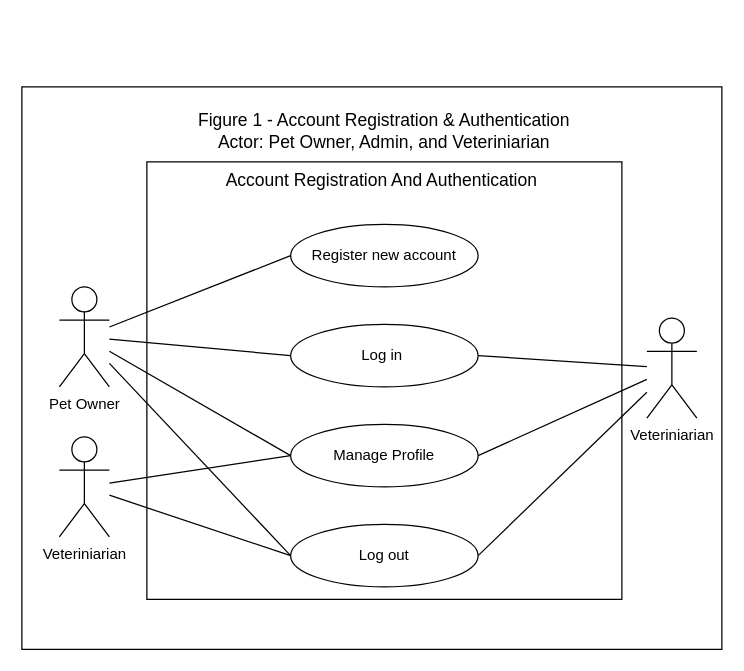
Before: page "figure 1" (1 of 10) of USE-CASE_Diagram_Franco.drawio in Chels013/Breedr-Diagrams, a draw.io diagram. Source tidied: cells renumbered, new cells numbered last; positions are measured from the earlier drawing's top-left corner, leaving out a move shared by most shapes. Both pictures are drawn from the tidied source at 125%, with x=0, y=0 at pixel (21, 21).
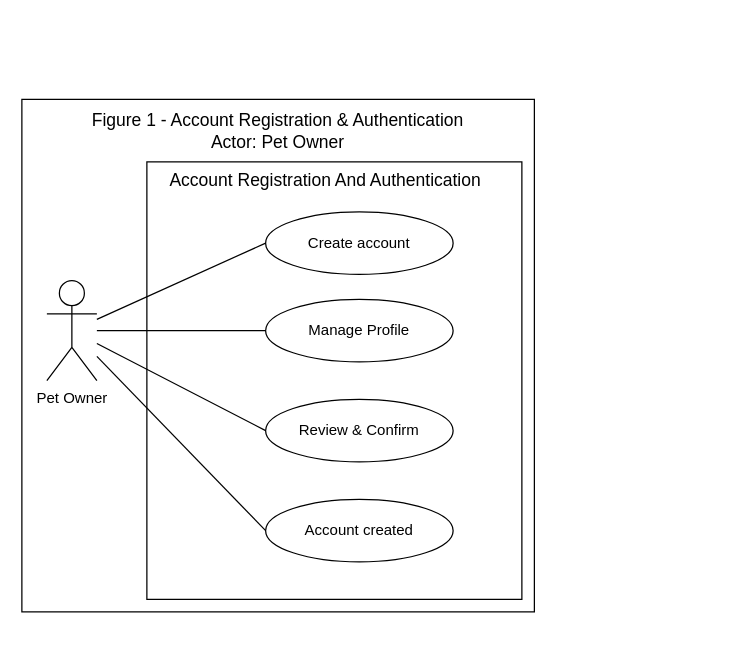
After the change.

Commit message (it also covers changes not shown here):
i revised the figure One

What changed in the source:
```diff
@@
     <mxCell id="2" value="&lt;div&gt;&lt;div&gt;&lt;/div&gt;&lt;/div&gt;" style="rounded=0;whiteSpace=wrap;html=1;" parent="1" vertex="1">
-      <mxGeometry y="52" width="560" height="450" as="geometry" />
+      <mxGeometry y="62" width="410" height="410" as="geometry" />
     </mxCell>
@@
     <mxCell id="4" value="Pet Owner" style="shape=umlActor;verticalLabelPosition=bottom;verticalAlign=top;html=1;outlineConnect=0;" parent="1" vertex="1">
-      <mxGeometry x="30" y="212" width="40" height="80" as="geometry" />
+      <mxGeometry x="20" y="207" width="40" height="80" as="geometry" />
     </mxCell>
-    <mxCell id="5" value="&lt;font style=&quot;color: rgb(0, 0, 0);&quot;&gt;&lt;font&gt;Figure 1 - Account Registration &amp;amp; Authentication&lt;/font&gt;&lt;br&gt;Actor: Pet Owner, Admin, and Veteriniarian&lt;/font&gt;" style="text;html=1;align=center;verticalAlign=middle;whiteSpace=wrap;rounded=0;fontFamily=Helvetica;fontSize=14;fontColor=default;" parent="1" vertex="1">
-      <mxGeometry x="110" y="72" width="360" height="30" as="geometry" />
+    <mxCell id="5" value="&lt;font style=&quot;color: rgb(0, 0, 0);&quot;&gt;&lt;font&gt;Figure 1 - Account Registration &amp;amp; Authentication&lt;/font&gt;&lt;br&gt;Actor: Pet Owner&lt;/font&gt;" style="text;html=1;align=center;verticalAlign=middle;whiteSpace=wrap;rounded=0;fontFamily=Helvetica;fontSize=14;fontColor=default;" parent="1" vertex="1">
+      <mxGeometry x="25" y="72" width="360" height="30" as="geometry" />
     </mxCell>
     <mxCell id="6" style="rounded=0;whiteSpace=wrap;html=1;align=center;verticalAlign=middle;fontFamily=Helvetica;fontSize=12;fontColor=default;fillColor=none;gradientColor=none;" parent="1" vertex="1">
-      <mxGeometry x="100" y="112" width="380" height="350" as="geometry" />
+      <mxGeometry x="100" y="112" width="300" height="350" as="geometry" />
     </mxCell>
     <mxCell id="7" value="Account Registration And Authentication&amp;nbsp;" style="text;html=1;align=center;verticalAlign=middle;whiteSpace=wrap;rounded=0;fontFamily=Helvetica;fontSize=14;fontColor=default;" parent="1" vertex="1">
-      <mxGeometry x="145" y="112" width="290" height="30" as="geometry" />
+      <mxGeometry x="100" y="112" width="290" height="30" as="geometry" />
     </mxCell>
-    <mxCell id="8" value="&lt;span style=&quot;color: rgb(0, 0, 0);&quot;&gt;Register new account&lt;/span&gt;" style="ellipse;whiteSpace=wrap;html=1;rounded=0;align=center;verticalAlign=middle;fontFamily=Helvetica;fontSize=12;fontColor=default;fillColor=none;gradientColor=none;" parent="1" vertex="1">
-      <mxGeometry x="215" y="162" width="150" height="50" as="geometry" />
+    <mxCell id="8" value="Create account" style="ellipse;whiteSpace=wrap;html=1;rounded=0;align=center;verticalAlign=middle;fontFamily=Helvetica;fontSize=12;fontColor=default;fillColor=#FFFFFF;gradientColor=none;" parent="1" vertex="1">
+      <mxGeometry x="195" y="152" width="150" height="50" as="geometry" />
     </mxCell>
-    <mxCell id="9" value="Log in&amp;nbsp;" style="ellipse;whiteSpace=wrap;html=1;rounded=0;align=center;verticalAlign=middle;fontFamily=Helvetica;fontSize=12;fontColor=default;fillColor=none;gradientColor=none;" parent="1" vertex="1">
-      <mxGeometry x="215" y="242" width="150" height="50" as="geometry" />
-    </mxCell>
-    <mxCell id="10" value="Manage Profile" style="ellipse;whiteSpace=wrap;html=1;rounded=0;align=center;verticalAlign=middle;fontFamily=Helvetica;fontSize=12;fontColor=default;fillColor=none;gradientColor=none;" parent="1" vertex="1">
-      <mxGeometry x="215" y="322" width="150" height="50" as="geometry" />
+    <mxCell id="10" value="Manage Profile" style="ellipse;whiteSpace=wrap;html=1;rounded=0;align=center;verticalAlign=middle;fontFamily=Helvetica;fontSize=12;fontColor=default;fillColor=#FFFFFF;gradientColor=none;" parent="1" vertex="1">
+      <mxGeometry x="195" y="222" width="150" height="50" as="geometry" />
     </mxCell>
-    <mxCell id="11" value="Log out" style="ellipse;whiteSpace=wrap;html=1;rounded=0;align=center;verticalAlign=middle;fontFamily=Helvetica;fontSize=12;fontColor=default;fillColor=none;gradientColor=none;" parent="1" vertex="1">
-      <mxGeometry x="215" y="402" width="150" height="50" as="geometry" />
-    </mxCell>
-    <mxCell id="12" style="endArrow=none;html=1;fontFamily=Helvetica;fontSize=12;fontColor=default;entryX=0;entryY=0.5;entryDx=0;entryDy=0;" parent="1" edge="1" source="4" target="8">
+    <mxCell id="12" style="endArrow=none;html=1;entryX=0;entryY=0.5;entryDx=0;entryDy=0;" parent="1" edge="1" source="4" target="8">
       <mxGeometry relative="1" as="geometry" />
     </mxCell>
-    <mxCell id="13" style="endArrow=none;html=1;fontFamily=Helvetica;fontSize=12;fontColor=default;entryX=0;entryY=0.5;entryDx=0;entryDy=0;" parent="1" edge="1" source="4" target="9">
-      <mxGeometry relative="1" as="geometry" />
-    </mxCell>
-    <mxCell id="14" style="endArrow=none;html=1;fontFamily=Helvetica;fontSize=12;fontColor=default;entryX=0;entryY=0.5;entryDx=0;entryDy=0;" parent="1" edge="1" source="4" target="10">
+    <mxCell id="14" style="endArrow=none;html=1;entryX=0;entryY=0.5;entryDx=0;entryDy=0;" parent="1" edge="1" source="4" target="10">
       <mxGeometry relative="1" as="geometry" />
     </mxCell>
-    <mxCell id="15" style="endArrow=none;html=1;fontFamily=Helvetica;fontSize=12;fontColor=default;entryX=0;entryY=0.5;entryDx=0;entryDy=0;" parent="1" edge="1" source="16" target="11">
-      <mxGeometry relative="1" as="geometry" />
-    </mxCell>
-    <mxCell id="16" value="Veteriniarian" style="shape=umlActor;verticalLabelPosition=bottom;verticalAlign=top;html=1;outlineConnect=0;" parent="1" vertex="1">
-      <mxGeometry x="30" y="332" width="40" height="80" as="geometry" />
-    </mxCell>
-    <mxCell id="17" style="endArrow=none;html=1;fontFamily=Helvetica;fontSize=12;fontColor=default;entryX=0;entryY=0.5;entryDx=0;entryDy=0;" parent="1" edge="1" source="16" target="10">
-      <mxGeometry relative="1" as="geometry" />
-    </mxCell>
-    <mxCell id="18" style="endArrow=none;html=1;fontFamily=Helvetica;fontSize=12;fontColor=default;entryX=0;entryY=0.5;entryDx=0;entryDy=0;" parent="1" edge="1" source="4" target="11">
-      <mxGeometry relative="1" as="geometry" />
-    </mxCell>
-    <mxCell id="19" value="Veteriniarian" style="shape=umlActor;verticalLabelPosition=bottom;verticalAlign=top;html=1;outlineConnect=0;" parent="1" vertex="1">
-      <mxGeometry x="500" y="237" width="40" height="80" as="geometry" />
-    </mxCell>
-    <mxCell id="20" style="endArrow=none;html=1;fontFamily=Helvetica;fontSize=12;fontColor=default;exitX=1;exitY=0.5;exitDx=0;exitDy=0;" parent="1" edge="1" source="9" target="19">
-      <mxGeometry relative="1" as="geometry" />
-    </mxCell>
-    <mxCell id="21" style="endArrow=none;html=1;fontFamily=Helvetica;fontSize=12;fontColor=default;exitX=1;exitY=0.5;exitDx=0;exitDy=0;" parent="1" edge="1" source="11" target="19">
-      <mxGeometry relative="1" as="geometry" />
-    </mxCell>
-    <mxCell id="22" style="endArrow=none;html=1;fontFamily=Helvetica;fontSize=12;fontColor=default;exitX=1;exitY=0.5;exitDx=0;exitDy=0;" parent="1" edge="1" source="10" target="19">
-      <mxGeometry relative="1" as="geometry" />
-    </mxCell>
+    <mxCell id="23" value="Review &amp;amp; Confirm" style="ellipse;whiteSpace=wrap;html=1;rounded=0;align=center;verticalAlign=middle;fontFamily=Helvetica;fontSize=12;fontColor=default;fillColor=#FFFFFF;gradientColor=none;" parent="1" vertex="1">
+      <mxGeometry x="195" y="302" width="150" height="50" as="geometry" />
+    </mxCell>
+    <mxCell id="24" value="Account created" style="ellipse;whiteSpace=wrap;html=1;rounded=0;align=center;verticalAlign=middle;fontFamily=Helvetica;fontSize=12;fontColor=default;fillColor=#FFFFFF;gradientColor=none;" parent="1" vertex="1">
+      <mxGeometry x="195" y="382" width="150" height="50" as="geometry" />
+    </mxCell>
+    <mxCell id="25" style="endArrow=none;html=1;entryX=0;entryY=0.5;entryDx=0;entryDy=0;" parent="1" edge="1" source="4" target="24">
+      <mxGeometry relative="1" as="geometry" />
+    </mxCell>
+    <mxCell id="26" style="endArrow=none;html=1;entryX=0;entryY=0.5;entryDx=0;entryDy=0;" parent="1" edge="1" source="4" target="23">
+      <mxGeometry relative="1" as="geometry" />
+    </mxCell>
```
